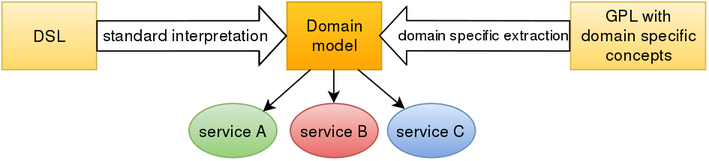
The draw.io diagram pictures/DSL-and-GPL-to-domain.png in lepieru/reversed-modeling-through-annotations, before a commit. Source tidied: cells renumbered, new cells last; positions are measured from the earlier drawing's top-left corner, leaving out a move shared by most shapes. Source of this version:
```xml
<mxGraphModel background="#ffffff">
  <root>
    <mxCell id="0" />
    <mxCell id="1" parent="0" />
    <mxCell id="2" value="DSL&lt;br&gt;" style="whiteSpace=wrap;html=1;plain-yellow;" parent="1" vertex="1">
      <mxGeometry width="70" height="50" as="geometry" />
    </mxCell>
    <mxCell id="3" value="Domain&lt;br&gt;model&lt;br&gt;" style="whiteSpace=wrap;html=1;plain-orange;" parent="1" vertex="1">
      <mxGeometry x="211" width="70" height="50" as="geometry" />
    </mxCell>
    <mxCell id="4" style="endArrow=classic;html=1;exitX=1;exitY=0.5;shape=flexArrow;width=22.333333333333332;endSize=6.359999999999999;fillColor=#ffffff;strokeColor=#000000;" parent="1" edge="1" source="2" target="3">
      <mxGeometry x="178.8" y="280" as="geometry">
        <Array as="points">
          <mxPoint x="181" y="25" />
        </Array>
      </mxGeometry>
    </mxCell>
    <mxCell id="5" value="standard interpretation&lt;br&gt;" style="text;html=1;points=[];align=center;verticalAlign=middle;labelBackgroundColor=#ffffff;" parent="4" vertex="1">
      <mxGeometry x="-0.07" y="-1" relative="1" as="geometry">
        <mxPoint y="-2" as="offset" />
      </mxGeometry>
    </mxCell>
    <mxCell id="6" value="standard interpretation&lt;br&gt;" style="text;html=1;align=center;verticalAlign=middle;labelBackgroundColor=#ffffff;" parent="1" vertex="1">
      <mxGeometry x="136" y="24" as="geometry">
        <mxPoint y="-2" as="offset" />
      </mxGeometry>
    </mxCell>
    <mxCell id="7" value="service A&lt;br&gt;" style="ellipse;whiteSpace=wrap;html=1;plain-green;" parent="1" vertex="1">
      <mxGeometry x="138" y="75" width="65" height="40" as="geometry" />
    </mxCell>
    <mxCell id="8" value="service B&lt;br&gt;" style="ellipse;whiteSpace=wrap;html=1;plain-red;" parent="1" vertex="1">
      <mxGeometry x="213" y="75" width="65" height="40" as="geometry" />
    </mxCell>
    <mxCell id="9" value="service C&lt;br&gt;" style="ellipse;whiteSpace=wrap;html=1;plain-blue;" parent="1" vertex="1">
      <mxGeometry x="285" y="75" width="65" height="40" as="geometry" />
    </mxCell>
    <mxCell id="10" style="endArrow=classic;html=1;entryX=1;entryY=0;exitX=0.25;exitY=1;" parent="1" edge="1" source="3" target="7">
      <mxGeometry x="302.3" y="304.9" as="geometry" />
    </mxCell>
    <mxCell id="11" style="endArrow=classic;html=1;entryX=0.5;entryY=0;exitX=0.5;exitY=1;" parent="1" edge="1" source="3" target="8">
      <mxGeometry x="354.7" y="304.9" as="geometry" />
    </mxCell>
    <mxCell id="12" style="endArrow=classic;html=1;exitX=0.75;exitY=1;" parent="1" edge="1" source="3" target="9">
      <mxGeometry x="372.6" y="304.9" as="geometry" />
    </mxCell>
    <mxCell id="13" value="GPL with&lt;br&gt;domain specific&lt;br&gt;concepts&lt;br&gt;" style="whiteSpace=wrap;html=1;plain-yellow;" parent="1" vertex="1">
      <mxGeometry x="421" width="100" height="50" as="geometry" />
    </mxCell>
    <mxCell id="14" value="domain specific extraction&lt;br&gt;" style="endArrow=classic;html=1;shape=flexArrow;width=22.333333333333332;endSize=6.359999999999999;fillColor=#ffffff;strokeColor=#000000;entryX=1;entryY=0.5;exitX=0;exitY=0.5;" parent="1" edge="1" source="13">
      <mxGeometry x="388" y="279.9" as="geometry">
        <mxPoint x="279" y="24.9" as="targetPoint" />
      </mxGeometry>
    </mxCell>
  </root>
</mxGraphModel>
```
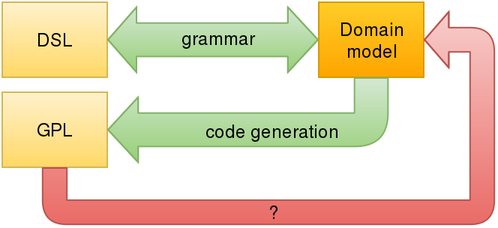
After the change.

Diff of the diagram source:
```diff
@@ -3,53 +3,60 @@
     <mxCell id="0" />
     <mxCell id="1" parent="0" />
     <mxCell id="2" value="DSL&lt;br&gt;" style="whiteSpace=wrap;html=1;plain-yellow;" parent="1" vertex="1">
-      <mxGeometry width="70" height="50" as="geometry" />
+      <mxGeometry x="181" y="195" width="70" height="50" as="geometry" />
     </mxCell>
-    <mxCell id="3" value="Domain&lt;br&gt;model&lt;br&gt;" style="whiteSpace=wrap;html=1;plain-orange;" parent="1" vertex="1">
-      <mxGeometry x="211" width="70" height="50" as="geometry" />
+    <mxCell id="3" style="endArrow=classic;html=1;exitX=1;exitY=0.5;shape=flexArrow;width=22.333333333333332;endSize=6.359999999999999;startArrow=block;plain-green;gradientColor=#97D077;strokeColor=#82B366;" parent="1" edge="1" source="2" target="4">
+      <mxGeometry x="360" y="475" as="geometry">
+        <Array as="points">
+          <mxPoint x="362" y="220" />
+        </Array>
+      </mxGeometry>
     </mxCell>
-    <mxCell id="4" style="endArrow=classic;html=1;exitX=1;exitY=0.5;shape=flexArrow;width=22.333333333333332;endSize=6.359999999999999;fillColor=#ffffff;strokeColor=#000000;" parent="1" edge="1" source="2" target="3">
-      <mxGeometry x="178.8" y="280" as="geometry">
-        <Array as="points">
-          <mxPoint x="181" y="25" />
-        </Array>
-      </mxGeometry>
+    <mxCell id="4" value="Domain&lt;br&gt;model&lt;br&gt;" style="whiteSpace=wrap;html=1;plain-orange;" parent="1" vertex="1">
+      <mxGeometry x="392" y="195" width="70" height="50" as="geometry" />
     </mxCell>
-    <mxCell id="5" value="standard interpretation&lt;br&gt;" style="text;html=1;points=[];align=center;verticalAlign=middle;labelBackgroundColor=#ffffff;" parent="4" vertex="1">
-      <mxGeometry x="-0.07" y="-1" relative="1" as="geometry">
-        <mxPoint y="-2" as="offset" />
-      </mxGeometry>
+    <mxCell id="5" value="GPL" style="whiteSpace=wrap;html=1;plain-yellow;" parent="1" vertex="1">
+      <mxGeometry x="181" y="255" width="70" height="50" as="geometry" />
     </mxCell>
-    <mxCell id="6" value="standard interpretation&lt;br&gt;" style="text;html=1;align=center;verticalAlign=middle;labelBackgroundColor=#ffffff;" parent="1" vertex="1">
-      <mxGeometry x="136" y="24" as="geometry">
-        <mxPoint y="-2" as="offset" />
+    <mxCell id="6" style="endArrow=classic;html=1;exitX=0.5;exitY=1;shape=flexArrow;width=22.333333333333332;endSize=6.359999999999999;entryX=1;entryY=0.5;plain-green;" parent="1" edge="1" source="4" target="5">
+      <mxGeometry x="360" y="500" as="geometry">
+        <Array as="points">
+          <mxPoint x="427" y="280" />
+          <mxPoint x="362" y="280" />
+        </Array>
       </mxGeometry>
     </mxCell>
-    <mxCell id="7" value="service A&lt;br&gt;" style="ellipse;whiteSpace=wrap;html=1;plain-green;" parent="1" vertex="1">
-      <mxGeometry x="138" y="75" width="65" height="40" as="geometry" />
+    <mxCell id="7" value="code generation&lt;br&gt;" style="text;html=1;points=[];align=center;verticalAlign=middle;labelBackgroundColor=none;" parent="6" vertex="1">
+      <mxGeometry x="-0.07" y="-1" relative="1" as="geometry">
+        <mxPoint x="-3" y="1" as="offset" />
+      </mxGeometry>
     </mxCell>
-    <mxCell id="8" value="service B&lt;br&gt;" style="ellipse;whiteSpace=wrap;html=1;plain-red;" parent="1" vertex="1">
-      <mxGeometry x="213" y="75" width="65" height="40" as="geometry" />
+    <mxCell id="8" value="code generation&lt;br&gt;" style="text;html=1;points=[];align=center;verticalAlign=middle;labelBackgroundColor=none;" parent="1" vertex="1">
+      <mxGeometry x="361" y="280" as="geometry">
+        <mxPoint x="-3" y="1" as="offset" />
+      </mxGeometry>
     </mxCell>
-    <mxCell id="9" value="service C&lt;br&gt;" style="ellipse;whiteSpace=wrap;html=1;plain-blue;" parent="1" vertex="1">
-      <mxGeometry x="285" y="75" width="65" height="40" as="geometry" />
+    <mxCell id="9" style="endArrow=classic;html=1;exitX=0.5;exitY=1;shape=flexArrow;width=16.19047619047619;endSize=5.061904761904762;entryX=1;entryY=0.5;plain-red;" parent="1" edge="1" source="5" target="4">
+      <mxGeometry x="325" y="475" as="geometry">
+        <Array as="points">
+          <mxPoint x="216" y="335" />
+          <mxPoint x="501" y="335" />
+          <mxPoint x="501" y="220" />
+        </Array>
+      </mxGeometry>
     </mxCell>
-    <mxCell id="10" style="endArrow=classic;html=1;entryX=1;entryY=0;exitX=0.25;exitY=1;" parent="1" edge="1" source="3" target="7">
-      <mxGeometry x="302.3" y="304.9" as="geometry" />
+    <mxCell id="10" value="?" style="text;html=1;align=center;verticalAlign=middle;labelBackgroundColor=none;labelBorderColor=none;" parent="9" vertex="1">
+      <mxGeometry x="-0.07" y="-1" relative="1" as="geometry">
+        <mxPoint x="-43" y="-2" as="offset" />
+      </mxGeometry>
     </mxCell>
-    <mxCell id="11" style="endArrow=classic;html=1;entryX=0.5;entryY=0;exitX=0.5;exitY=1;" parent="1" edge="1" source="3" target="8">
-      <mxGeometry x="354.7" y="304.9" as="geometry" />
+    <mxCell id="11" value="?" style="text;html=1;align=center;verticalAlign=middle;labelBackgroundColor=none;labelBorderColor=none;" parent="1" vertex="1">
+      <mxGeometry x="362" y="334" as="geometry">
+        <mxPoint x="-43" y="-2" as="offset" />
+      </mxGeometry>
     </mxCell>
-    <mxCell id="12" style="endArrow=classic;html=1;exitX=0.75;exitY=1;" parent="1" edge="1" source="3" target="9">
-      <mxGeometry x="372.6" y="304.9" as="geometry" />
+    <mxCell id="12" value="grammar" style="text;html=1;align=left;verticalAlign=top;spacingTop=-4;" parent="1" vertex="1">
+      <mxGeometry x="299" y="210" width="60" height="20" as="geometry" />
     </mxCell>
-    <mxCell id="13" value="GPL with&lt;br&gt;domain specific&lt;br&gt;concepts&lt;br&gt;" style="whiteSpace=wrap;html=1;plain-yellow;" parent="1" vertex="1">
-      <mxGeometry x="421" width="100" height="50" as="geometry" />
-    </mxCell>
-    <mxCell id="14" value="domain specific extraction&lt;br&gt;" style="endArrow=classic;html=1;shape=flexArrow;width=22.333333333333332;endSize=6.359999999999999;fillColor=#ffffff;strokeColor=#000000;entryX=1;entryY=0.5;exitX=0;exitY=0.5;" parent="1" edge="1" source="13">
-      <mxGeometry x="388" y="279.9" as="geometry">
-        <mxPoint x="279" y="24.9" as="targetPoint" />
-      </mxGeometry>
-    </mxCell>
   </root>
 </mxGraphModel>
```
